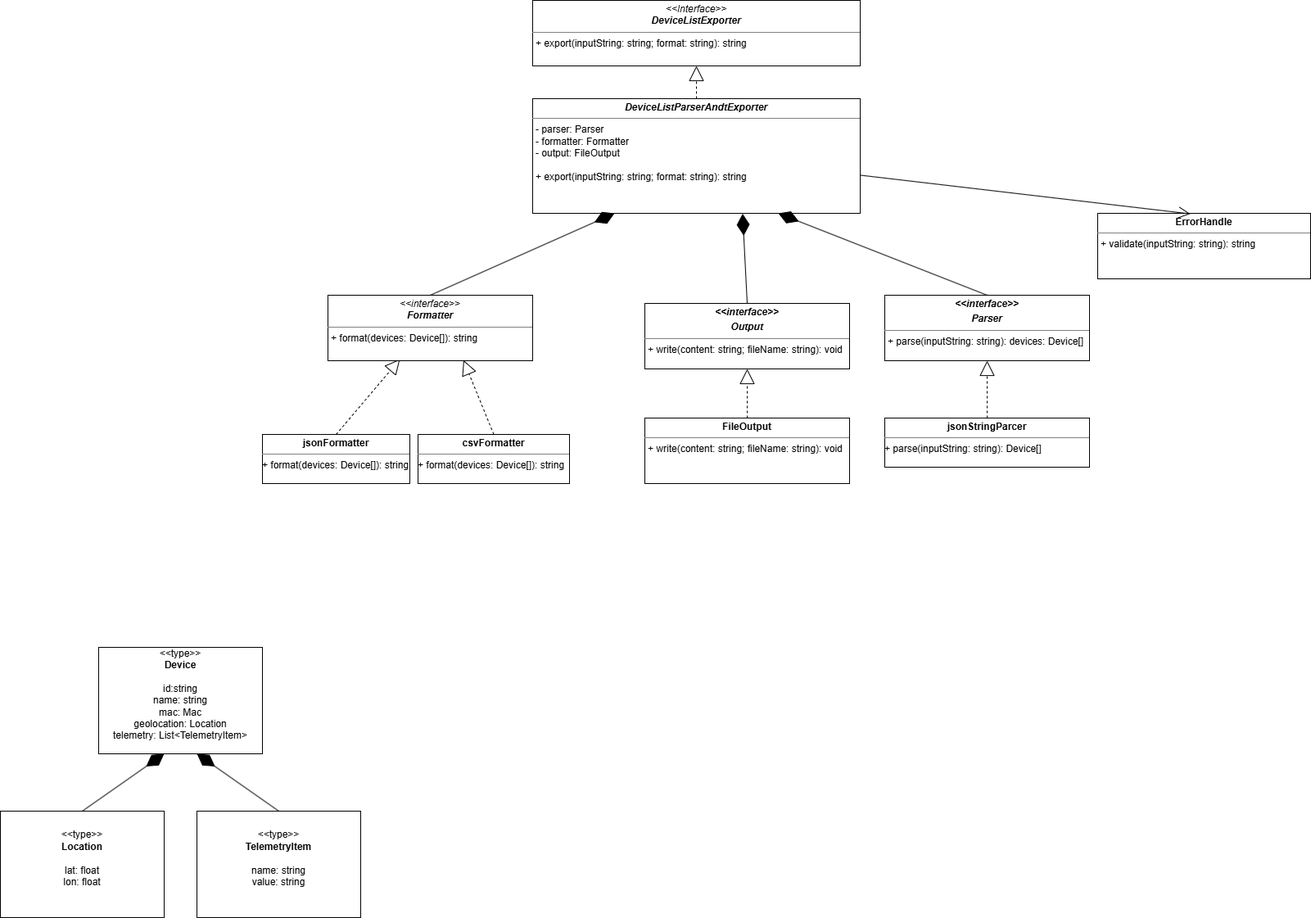
The draw.io diagram 02-oop-pillars-and-principles/02.drawio.png in alext100/refactor-exercises, before a commit. Source tidied: cells renumbered, new cells last; positions are measured from the earlier drawing's top-left corner, leaving out a move shared by most shapes. Source of this version:
```xml
<mxGraphModel>
  <root>
    <mxCell id="0" />
    <mxCell id="1" parent="0" />
    <mxCell id="2" value="&amp;lt;&amp;lt;type&amp;gt;&amp;gt;&lt;div&gt;&lt;b&gt;Device&lt;/b&gt;&lt;/div&gt;&lt;div&gt;&lt;b&gt;&lt;br&gt;&lt;/b&gt;&lt;/div&gt;&lt;div&gt;id:string&lt;/div&gt;&lt;div&gt;name: string&lt;/div&gt;&lt;div&gt;mac: Mac&lt;/div&gt;&lt;div&gt;geolocation: Location&lt;/div&gt;&lt;div&gt;telemetry: List&amp;lt;TelemetryItem&amp;gt;&lt;/div&gt;&lt;div&gt;&lt;br&gt;&lt;/div&gt;" style="html=1;whiteSpace=wrap;" parent="1" vertex="1">
      <mxGeometry x="120" y="790" width="200" height="130" as="geometry" />
    </mxCell>
    <mxCell id="3" value="&amp;lt;&amp;lt;type&amp;gt;&amp;gt;&lt;div&gt;&lt;b&gt;Location&lt;/b&gt;&lt;/div&gt;&lt;div&gt;&lt;b&gt;&lt;br&gt;&lt;/b&gt;&lt;/div&gt;&lt;div&gt;lat: float&lt;/div&gt;&lt;div&gt;lon: float&lt;/div&gt;&lt;div&gt;&lt;br&gt;&lt;/div&gt;" style="html=1;whiteSpace=wrap;" parent="1" vertex="1">
      <mxGeometry y="990" width="200" height="130" as="geometry" />
    </mxCell>
    <mxCell id="4" value="&amp;lt;&amp;lt;type&amp;gt;&amp;gt;&lt;div&gt;&lt;b&gt;TelemetryItem&lt;/b&gt;&lt;/div&gt;&lt;div&gt;&lt;b&gt;&lt;br&gt;&lt;/b&gt;&lt;/div&gt;&lt;div&gt;name: string&lt;/div&gt;&lt;div&gt;value: string&lt;/div&gt;&lt;div&gt;&lt;br&gt;&lt;/div&gt;" style="html=1;whiteSpace=wrap;" parent="1" vertex="1">
      <mxGeometry x="240" y="990" width="200" height="130" as="geometry" />
    </mxCell>
    <mxCell id="5" value="&lt;p style=&quot;margin:0px;margin-top:4px;text-align:center;&quot;&gt;&lt;b&gt;&lt;i&gt;DeviceListParserAndtExporter&lt;/i&gt;&lt;/b&gt;&lt;/p&gt;&lt;hr size=&quot;1&quot; style=&quot;border-style:solid;&quot;&gt;&lt;p style=&quot;margin:0px;margin-left:4px;&quot;&gt;&lt;/p&gt;&lt;p style=&quot;margin:0px;margin-left:4px;&quot;&gt;- parser: Parser&lt;br&gt;&lt;span style=&quot;background-color: transparent; color: light-dark(rgb(0, 0, 0), rgb(255, 255, 255));&quot;&gt;- f&lt;/span&gt;&lt;span style=&quot;background-color: transparent; color: light-dark(rgb(0, 0, 0), rgb(255, 255, 255)); text-align: center;&quot;&gt;ormatter: Formatter&lt;/span&gt;&lt;/p&gt;&lt;p style=&quot;margin:0px;margin-left:4px;&quot;&gt;&lt;span style=&quot;background-color: transparent; color: light-dark(rgb(0, 0, 0), rgb(255, 255, 255)); text-align: center;&quot;&gt;- output: FileOutput&lt;/span&gt;&lt;/p&gt;&lt;p style=&quot;margin:0px;margin-left:4px;&quot;&gt;&lt;br&gt;&lt;/p&gt;&lt;p style=&quot;margin:0px;margin-left:4px;&quot;&gt;+ export(inputString: string; format: string): string&lt;span style=&quot;background-color: transparent; color: light-dark(rgb(0, 0, 0), rgb(255, 255, 255));&quot;&gt;&lt;/span&gt;&lt;/p&gt;" style="verticalAlign=top;align=left;overflow=fill;html=1;whiteSpace=wrap;" parent="1" vertex="1">
      <mxGeometry x="650" y="120" width="400" height="140" as="geometry" />
    </mxCell>
    <mxCell id="6" style="endArrow=diamondThin;endFill=1;endSize=24;html=1;rounded=0;entryX=0.4;entryY=1;entryDx=0;entryDy=0;entryPerimeter=0;exitX=0.5;exitY=0;exitDx=0;exitDy=0;" parent="1" edge="1" source="3" target="2">
      <mxGeometry relative="1" as="geometry" />
    </mxCell>
    <mxCell id="7" style="endArrow=diamondThin;endFill=1;endSize=24;html=1;rounded=0;entryX=0.4;entryY=1;entryDx=0;entryDy=0;entryPerimeter=0;exitX=0.5;exitY=0;exitDx=0;exitDy=0;" parent="1" edge="1" source="4">
      <mxGeometry relative="1" as="geometry">
        <mxPoint x="240" y="920" as="targetPoint" />
      </mxGeometry>
    </mxCell>
    <mxCell id="8" value="&lt;p style=&quot;margin:0px;margin-top:4px;text-align:center;&quot;&gt;&lt;i&gt;&amp;lt;&amp;lt;Interface&amp;gt;&amp;gt;&lt;/i&gt;&lt;br&gt;&lt;b&gt;&lt;i&gt;DeviceListExporter&lt;/i&gt;&lt;/b&gt;&lt;/p&gt;&lt;hr size=&quot;1&quot; style=&quot;border-style:solid;&quot;&gt;&lt;p style=&quot;margin:0px;margin-left:4px;&quot;&gt;&lt;/p&gt;&lt;p style=&quot;margin:0px;margin-left:4px;&quot;&gt;+ export(inputString: string; format: string): string&lt;/p&gt;" style="verticalAlign=top;align=left;overflow=fill;html=1;whiteSpace=wrap;" parent="1" vertex="1">
      <mxGeometry x="650" width="400" height="80" as="geometry" />
    </mxCell>
    <mxCell id="9" style="endArrow=block;endSize=16;endFill=0;html=1;rounded=0;entryX=0.5;entryY=1;entryDx=0;entryDy=0;exitX=0.5;exitY=0;exitDx=0;exitDy=0;dashed=1;" parent="1" edge="1" source="5" target="8">
      <mxGeometry relative="1" as="geometry" />
    </mxCell>
    <mxCell id="10" value="&lt;p style=&quot;margin:0px;margin-top:4px;text-align:center;&quot;&gt;&lt;b&gt;jsonFormatter&lt;/b&gt;&lt;/p&gt;&lt;hr size=&quot;1&quot; style=&quot;border-style:solid;&quot;&gt;&lt;div style=&quot;height:2px;&quot;&gt;+ format(devices: Device[]): string&lt;/div&gt;" style="verticalAlign=top;align=left;overflow=fill;html=1;whiteSpace=wrap;" parent="1" vertex="1">
      <mxGeometry x="320" y="530" width="180" height="60" as="geometry" />
    </mxCell>
    <mxCell id="11" value="&lt;p style=&quot;margin:0px;margin-top:4px;text-align:center;&quot;&gt;&lt;b&gt;csvFormatter&lt;/b&gt;&lt;/p&gt;&lt;hr size=&quot;1&quot; style=&quot;border-style:solid;&quot;&gt;&lt;div style=&quot;height:2px;&quot;&gt;+ format(devices: Device[]): string&lt;/div&gt;" style="verticalAlign=top;align=left;overflow=fill;html=1;whiteSpace=wrap;" parent="1" vertex="1">
      <mxGeometry x="510" y="530" width="185" height="60" as="geometry" />
    </mxCell>
    <mxCell id="12" style="endArrow=block;endSize=16;endFill=0;html=1;rounded=0;exitX=0.5;exitY=0;exitDx=0;exitDy=0;dashed=1;entryX=0.352;entryY=0.976;entryDx=0;entryDy=0;entryPerimeter=0;" parent="1" edge="1" source="10" target="25">
      <mxGeometry relative="1" as="geometry" />
    </mxCell>
    <mxCell id="13" style="endArrow=block;endSize=16;endFill=0;html=1;rounded=0;entryX=0.662;entryY=0.99;entryDx=0;entryDy=0;exitX=0.5;exitY=0;exitDx=0;exitDy=0;dashed=1;entryPerimeter=0;" parent="1" edge="1" source="11" target="25">
      <mxGeometry relative="1" as="geometry" />
    </mxCell>
    <mxCell id="14" style="endArrow=diamondThin;endFill=1;endSize=24;html=1;rounded=0;exitX=0.5;exitY=0;exitDx=0;exitDy=0;entryX=0.25;entryY=1;entryDx=0;entryDy=0;" parent="1" edge="1" source="25" target="5">
      <mxGeometry relative="1" as="geometry" />
    </mxCell>
    <mxCell id="15" value="&lt;p style=&quot;margin:0px;margin-top:4px;text-align:center;&quot;&gt;&lt;b&gt;&lt;i&gt;&amp;lt;&amp;lt;interface&amp;gt;&amp;gt;&lt;/i&gt;&lt;/b&gt;&lt;/p&gt;&lt;p style=&quot;margin:0px;margin-top:4px;text-align:center;&quot;&gt;&lt;b&gt;&lt;i&gt;Parser&lt;/i&gt;&lt;/b&gt;&lt;/p&gt;&lt;hr size=&quot;1&quot; style=&quot;border-style:solid;&quot;&gt;&lt;p style=&quot;margin:0px;margin-left:4px;&quot;&gt;&lt;/p&gt;&lt;p style=&quot;margin:0px;margin-left:4px;&quot;&gt;+&amp;nbsp;&lt;span style=&quot;color: light-dark(rgb(0, 0, 0), rgb(255, 255, 255)); background-color: transparent;&quot;&gt;parse(inputString: string):&amp;nbsp;&lt;/span&gt;&lt;span style=&quot;color: light-dark(rgb(0, 0, 0), rgb(255, 255, 255)); background-color: transparent;&quot;&gt;devices: Device[]&lt;/span&gt;&lt;/p&gt;" style="verticalAlign=top;align=left;overflow=fill;html=1;whiteSpace=wrap;" parent="1" vertex="1">
      <mxGeometry x="1080" y="360" width="250" height="80" as="geometry" />
    </mxCell>
    <mxCell id="16" value="&lt;p style=&quot;margin:0px;margin-top:4px;text-align:center;&quot;&gt;&lt;b&gt;ErrorHandle&lt;/b&gt;&lt;/p&gt;&lt;hr size=&quot;1&quot; style=&quot;border-style:solid;&quot;&gt;&lt;p style=&quot;margin:0px;margin-left:4px;&quot;&gt;&lt;/p&gt;&lt;p style=&quot;margin:0px;margin-left:4px;&quot;&gt;+&amp;nbsp;&lt;span style=&quot;background-color: transparent; color: light-dark(rgb(0, 0, 0), rgb(255, 255, 255));&quot;&gt;validate(inputString: string): string&lt;/span&gt;&lt;/p&gt;" style="verticalAlign=top;align=left;overflow=fill;html=1;whiteSpace=wrap;" parent="1" vertex="1">
      <mxGeometry x="1340" y="260" width="260" height="80" as="geometry" />
    </mxCell>
    <mxCell id="17" style="endArrow=diamondThin;endFill=1;endSize=24;html=1;rounded=0;exitX=0.5;exitY=0;exitDx=0;exitDy=0;entryX=0.75;entryY=1;entryDx=0;entryDy=0;" parent="1" edge="1" source="15" target="5">
      <mxGeometry relative="1" as="geometry" />
    </mxCell>
    <mxCell id="18" value="&lt;p style=&quot;margin:0px;margin-top:4px;text-align:center;&quot;&gt;&lt;b&gt;jsonStringParcer&lt;/b&gt;&lt;/p&gt;&lt;hr size=&quot;1&quot; style=&quot;border-style:solid;&quot;&gt;&lt;div style=&quot;height:2px;&quot;&gt;+&amp;nbsp;&lt;span style=&quot;color: light-dark(rgb(0, 0, 0), rgb(255, 255, 255)); background-color: transparent;&quot;&gt;parse(inputString: string):&amp;nbsp;&lt;/span&gt;&lt;span style=&quot;color: light-dark(rgb(0, 0, 0), rgb(255, 255, 255)); background-color: transparent;&quot;&gt;Device[]&lt;/span&gt;&lt;/div&gt;" style="verticalAlign=top;align=left;overflow=fill;html=1;whiteSpace=wrap;" parent="1" vertex="1">
      <mxGeometry x="1080" y="510" width="250" height="60" as="geometry" />
    </mxCell>
    <mxCell id="19" style="endArrow=block;endSize=16;endFill=0;html=1;rounded=0;entryX=0.5;entryY=1;entryDx=0;entryDy=0;dashed=1;exitX=0.5;exitY=0;exitDx=0;exitDy=0;" parent="1" edge="1" source="18" target="15">
      <mxGeometry relative="1" as="geometry" />
    </mxCell>
    <mxCell id="20" style="endArrow=open;endFill=1;endSize=12;html=1;rounded=0;entryX=0.435;entryY=0.008;entryDx=0;entryDy=0;entryPerimeter=0;" parent="1" edge="1" source="5" target="16">
      <mxGeometry relative="1" as="geometry" />
    </mxCell>
    <mxCell id="21" style="endArrow=diamondThin;endFill=1;endSize=24;html=1;rounded=0;entryX=0.641;entryY=1.003;entryDx=0;entryDy=0;exitX=0.5;exitY=0;exitDx=0;exitDy=0;entryPerimeter=0;" parent="1" edge="1" source="22" target="5">
      <mxGeometry relative="1" as="geometry" />
    </mxCell>
    <mxCell id="22" value="&lt;p style=&quot;margin:0px;margin-top:4px;text-align:center;&quot;&gt;&lt;b&gt;&lt;i&gt;&amp;lt;&amp;lt;interface&amp;gt;&amp;gt;&lt;/i&gt;&lt;/b&gt;&lt;/p&gt;&lt;p style=&quot;margin:0px;margin-top:4px;text-align:center;&quot;&gt;&lt;b&gt;&lt;i&gt;Output&lt;/i&gt;&lt;/b&gt;&lt;/p&gt;&lt;hr size=&quot;1&quot; style=&quot;border-style:solid;&quot;&gt;&lt;p style=&quot;margin:0px;margin-left:4px;&quot;&gt;&lt;/p&gt;&lt;p style=&quot;margin:0px;margin-left:4px;&quot;&gt;+ write(content: string; fileName: string): void&lt;/p&gt;" style="verticalAlign=top;align=left;overflow=fill;html=1;whiteSpace=wrap;" parent="1" vertex="1">
      <mxGeometry x="787" y="370" width="250" height="80" as="geometry" />
    </mxCell>
    <mxCell id="23" value="&lt;p style=&quot;margin:0px;margin-top:4px;text-align:center;&quot;&gt;&lt;b style=&quot;background-color: transparent; color: light-dark(rgb(0, 0, 0), rgb(255, 255, 255));&quot;&gt;FileOutput&lt;/b&gt;&lt;/p&gt;&lt;hr size=&quot;1&quot; style=&quot;border-style:solid;&quot;&gt;&lt;p style=&quot;margin:0px;margin-left:4px;&quot;&gt;&lt;/p&gt;&lt;p style=&quot;margin:0px;margin-left:4px;&quot;&gt;+ write(content: string; fileName: string): void&lt;/p&gt;" style="verticalAlign=top;align=left;overflow=fill;html=1;whiteSpace=wrap;" parent="1" vertex="1">
      <mxGeometry x="787" y="510" width="250" height="80" as="geometry" />
    </mxCell>
    <mxCell id="24" style="endArrow=block;endSize=16;endFill=0;html=1;rounded=0;entryX=0.5;entryY=1;entryDx=0;entryDy=0;dashed=1;exitX=0.5;exitY=0;exitDx=0;exitDy=0;" parent="1" edge="1" source="23" target="22">
      <mxGeometry relative="1" as="geometry" />
    </mxCell>
    <mxCell id="25" value="&lt;p style=&quot;margin:0px;margin-top:4px;text-align:center;&quot;&gt;&lt;i&gt;&amp;lt;&amp;lt;interface&amp;gt;&amp;gt;&lt;/i&gt;&lt;/p&gt;&lt;div style=&quot;text-align: center;&quot;&gt;&lt;i&gt;&lt;b&gt;Formatter&lt;/b&gt;&lt;/i&gt;&lt;/div&gt;&lt;hr size=&quot;1&quot; style=&quot;border-style:solid;&quot;&gt;&lt;p style=&quot;margin:0px;margin-left:4px;&quot;&gt;&lt;/p&gt;&lt;p style=&quot;margin:0px;margin-left:4px;&quot;&gt;+ format(devices: Device[]): string&lt;/p&gt;" style="verticalAlign=top;align=left;overflow=fill;html=1;whiteSpace=wrap;" parent="1" vertex="1">
      <mxGeometry x="400" y="360" width="250" height="80" as="geometry" />
    </mxCell>
  </root>
</mxGraphModel>
```
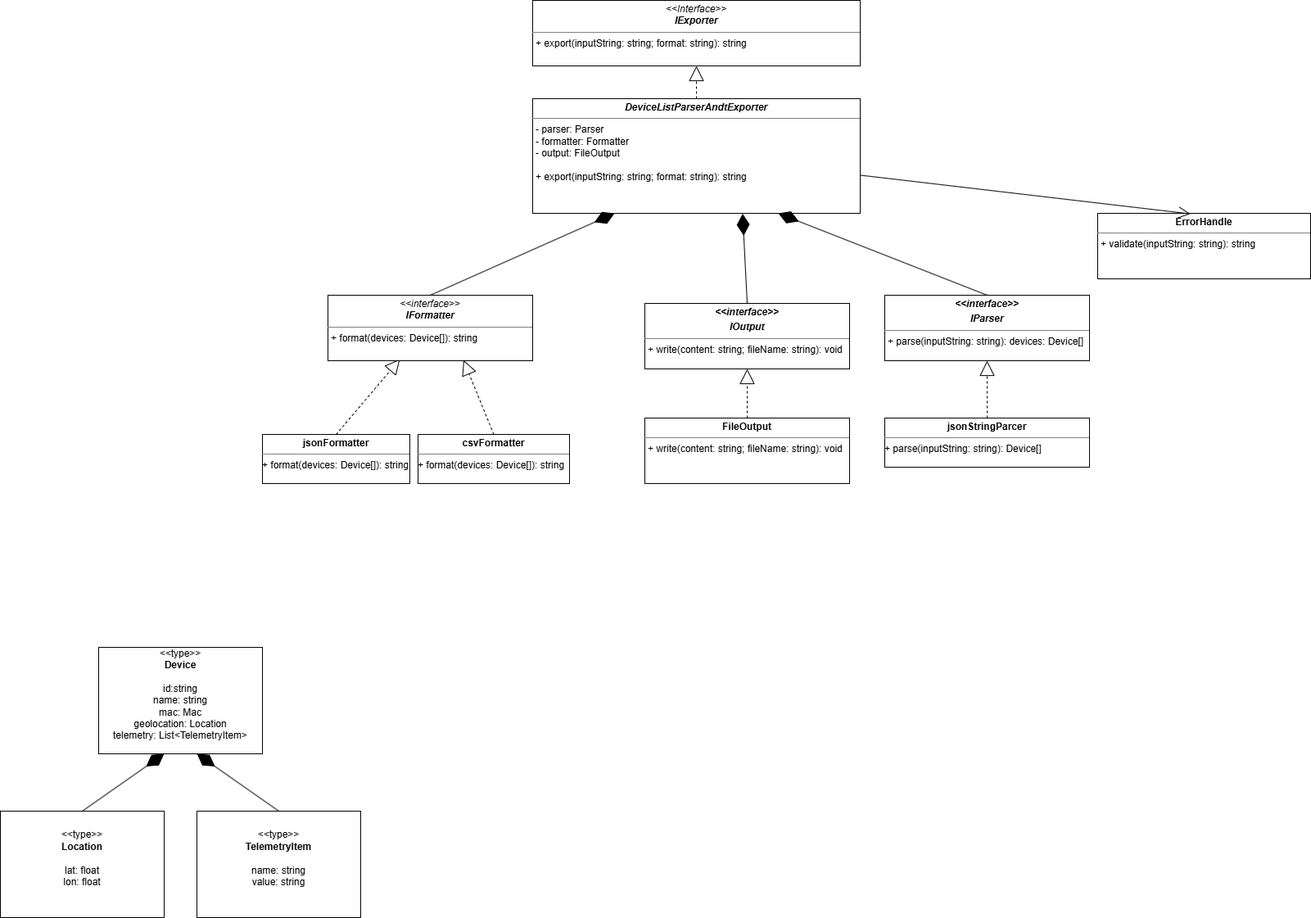
Above is the later version.

Change to the diagram source:
```diff
@@ -22,7 +22,7 @@
         <mxPoint x="240" y="920" as="targetPoint" />
       </mxGeometry>
     </mxCell>
-    <mxCell id="8" value="&lt;p style=&quot;margin:0px;margin-top:4px;text-align:center;&quot;&gt;&lt;i&gt;&amp;lt;&amp;lt;Interface&amp;gt;&amp;gt;&lt;/i&gt;&lt;br&gt;&lt;b&gt;&lt;i&gt;DeviceListExporter&lt;/i&gt;&lt;/b&gt;&lt;/p&gt;&lt;hr size=&quot;1&quot; style=&quot;border-style:solid;&quot;&gt;&lt;p style=&quot;margin:0px;margin-left:4px;&quot;&gt;&lt;/p&gt;&lt;p style=&quot;margin:0px;margin-left:4px;&quot;&gt;+ export(inputString: string; format: string): string&lt;/p&gt;" style="verticalAlign=top;align=left;overflow=fill;html=1;whiteSpace=wrap;" parent="1" vertex="1">
+    <mxCell id="8" value="&lt;p style=&quot;margin:0px;margin-top:4px;text-align:center;&quot;&gt;&lt;i&gt;&amp;lt;&amp;lt;Interface&amp;gt;&amp;gt;&lt;/i&gt;&lt;br&gt;&lt;b&gt;&lt;i&gt;IExporter&lt;/i&gt;&lt;/b&gt;&lt;/p&gt;&lt;hr size=&quot;1&quot; style=&quot;border-style:solid;&quot;&gt;&lt;p style=&quot;margin:0px;margin-left:4px;&quot;&gt;&lt;/p&gt;&lt;p style=&quot;margin:0px;margin-left:4px;&quot;&gt;+ export(inputString: string; format: string): string&lt;/p&gt;" style="verticalAlign=top;align=left;overflow=fill;html=1;whiteSpace=wrap;" parent="1" vertex="1">
       <mxGeometry x="650" width="400" height="80" as="geometry" />
     </mxCell>
     <mxCell id="9" style="endArrow=block;endSize=16;endFill=0;html=1;rounded=0;entryX=0.5;entryY=1;entryDx=0;entryDy=0;exitX=0.5;exitY=0;exitDx=0;exitDy=0;dashed=1;" parent="1" edge="1" source="5" target="8">
@@ -43,7 +43,7 @@
     <mxCell id="14" style="endArrow=diamondThin;endFill=1;endSize=24;html=1;rounded=0;exitX=0.5;exitY=0;exitDx=0;exitDy=0;entryX=0.25;entryY=1;entryDx=0;entryDy=0;" parent="1" edge="1" source="25" target="5">
       <mxGeometry relative="1" as="geometry" />
     </mxCell>
-    <mxCell id="15" value="&lt;p style=&quot;margin:0px;margin-top:4px;text-align:center;&quot;&gt;&lt;b&gt;&lt;i&gt;&amp;lt;&amp;lt;interface&amp;gt;&amp;gt;&lt;/i&gt;&lt;/b&gt;&lt;/p&gt;&lt;p style=&quot;margin:0px;margin-top:4px;text-align:center;&quot;&gt;&lt;b&gt;&lt;i&gt;Parser&lt;/i&gt;&lt;/b&gt;&lt;/p&gt;&lt;hr size=&quot;1&quot; style=&quot;border-style:solid;&quot;&gt;&lt;p style=&quot;margin:0px;margin-left:4px;&quot;&gt;&lt;/p&gt;&lt;p style=&quot;margin:0px;margin-left:4px;&quot;&gt;+&amp;nbsp;&lt;span style=&quot;color: light-dark(rgb(0, 0, 0), rgb(255, 255, 255)); background-color: transparent;&quot;&gt;parse(inputString: string):&amp;nbsp;&lt;/span&gt;&lt;span style=&quot;color: light-dark(rgb(0, 0, 0), rgb(255, 255, 255)); background-color: transparent;&quot;&gt;devices: Device[]&lt;/span&gt;&lt;/p&gt;" style="verticalAlign=top;align=left;overflow=fill;html=1;whiteSpace=wrap;" parent="1" vertex="1">
+    <mxCell id="15" value="&lt;p style=&quot;margin:0px;margin-top:4px;text-align:center;&quot;&gt;&lt;b&gt;&lt;i&gt;&amp;lt;&amp;lt;interface&amp;gt;&amp;gt;&lt;/i&gt;&lt;/b&gt;&lt;/p&gt;&lt;p style=&quot;margin:0px;margin-top:4px;text-align:center;&quot;&gt;&lt;b&gt;&lt;i&gt;IParser&lt;/i&gt;&lt;/b&gt;&lt;/p&gt;&lt;hr size=&quot;1&quot; style=&quot;border-style:solid;&quot;&gt;&lt;p style=&quot;margin:0px;margin-left:4px;&quot;&gt;&lt;/p&gt;&lt;p style=&quot;margin:0px;margin-left:4px;&quot;&gt;+&amp;nbsp;&lt;span style=&quot;color: light-dark(rgb(0, 0, 0), rgb(255, 255, 255)); background-color: transparent;&quot;&gt;parse(inputString: string):&amp;nbsp;&lt;/span&gt;&lt;span style=&quot;color: light-dark(rgb(0, 0, 0), rgb(255, 255, 255)); background-color: transparent;&quot;&gt;devices: Device[]&lt;/span&gt;&lt;/p&gt;" style="verticalAlign=top;align=left;overflow=fill;html=1;whiteSpace=wrap;" parent="1" vertex="1">
       <mxGeometry x="1080" y="360" width="250" height="80" as="geometry" />
     </mxCell>
     <mxCell id="16" value="&lt;p style=&quot;margin:0px;margin-top:4px;text-align:center;&quot;&gt;&lt;b&gt;ErrorHandle&lt;/b&gt;&lt;/p&gt;&lt;hr size=&quot;1&quot; style=&quot;border-style:solid;&quot;&gt;&lt;p style=&quot;margin:0px;margin-left:4px;&quot;&gt;&lt;/p&gt;&lt;p style=&quot;margin:0px;margin-left:4px;&quot;&gt;+&amp;nbsp;&lt;span style=&quot;background-color: transparent; color: light-dark(rgb(0, 0, 0), rgb(255, 255, 255));&quot;&gt;validate(inputString: string): string&lt;/span&gt;&lt;/p&gt;" style="verticalAlign=top;align=left;overflow=fill;html=1;whiteSpace=wrap;" parent="1" vertex="1">
@@ -64,7 +64,7 @@
     <mxCell id="21" style="endArrow=diamondThin;endFill=1;endSize=24;html=1;rounded=0;entryX=0.641;entryY=1.003;entryDx=0;entryDy=0;exitX=0.5;exitY=0;exitDx=0;exitDy=0;entryPerimeter=0;" parent="1" edge="1" source="22" target="5">
       <mxGeometry relative="1" as="geometry" />
     </mxCell>
-    <mxCell id="22" value="&lt;p style=&quot;margin:0px;margin-top:4px;text-align:center;&quot;&gt;&lt;b&gt;&lt;i&gt;&amp;lt;&amp;lt;interface&amp;gt;&amp;gt;&lt;/i&gt;&lt;/b&gt;&lt;/p&gt;&lt;p style=&quot;margin:0px;margin-top:4px;text-align:center;&quot;&gt;&lt;b&gt;&lt;i&gt;Output&lt;/i&gt;&lt;/b&gt;&lt;/p&gt;&lt;hr size=&quot;1&quot; style=&quot;border-style:solid;&quot;&gt;&lt;p style=&quot;margin:0px;margin-left:4px;&quot;&gt;&lt;/p&gt;&lt;p style=&quot;margin:0px;margin-left:4px;&quot;&gt;+ write(content: string; fileName: string): void&lt;/p&gt;" style="verticalAlign=top;align=left;overflow=fill;html=1;whiteSpace=wrap;" parent="1" vertex="1">
+    <mxCell id="22" value="&lt;p style=&quot;margin:0px;margin-top:4px;text-align:center;&quot;&gt;&lt;b&gt;&lt;i&gt;&amp;lt;&amp;lt;interface&amp;gt;&amp;gt;&lt;/i&gt;&lt;/b&gt;&lt;/p&gt;&lt;p style=&quot;margin:0px;margin-top:4px;text-align:center;&quot;&gt;&lt;b&gt;&lt;i&gt;IOutput&lt;/i&gt;&lt;/b&gt;&lt;/p&gt;&lt;hr size=&quot;1&quot; style=&quot;border-style:solid;&quot;&gt;&lt;p style=&quot;margin:0px;margin-left:4px;&quot;&gt;&lt;/p&gt;&lt;p style=&quot;margin:0px;margin-left:4px;&quot;&gt;+ write(content: string; fileName: string): void&lt;/p&gt;" style="verticalAlign=top;align=left;overflow=fill;html=1;whiteSpace=wrap;" parent="1" vertex="1">
       <mxGeometry x="787" y="370" width="250" height="80" as="geometry" />
     </mxCell>
     <mxCell id="23" value="&lt;p style=&quot;margin:0px;margin-top:4px;text-align:center;&quot;&gt;&lt;b style=&quot;background-color: transparent; color: light-dark(rgb(0, 0, 0), rgb(255, 255, 255));&quot;&gt;FileOutput&lt;/b&gt;&lt;/p&gt;&lt;hr size=&quot;1&quot; style=&quot;border-style:solid;&quot;&gt;&lt;p style=&quot;margin:0px;margin-left:4px;&quot;&gt;&lt;/p&gt;&lt;p style=&quot;margin:0px;margin-left:4px;&quot;&gt;+ write(content: string; fileName: string): void&lt;/p&gt;" style="verticalAlign=top;align=left;overflow=fill;html=1;whiteSpace=wrap;" parent="1" vertex="1">
@@ -73,7 +73,7 @@
     <mxCell id="24" style="endArrow=block;endSize=16;endFill=0;html=1;rounded=0;entryX=0.5;entryY=1;entryDx=0;entryDy=0;dashed=1;exitX=0.5;exitY=0;exitDx=0;exitDy=0;" parent="1" edge="1" source="23" target="22">
       <mxGeometry relative="1" as="geometry" />
     </mxCell>
-    <mxCell id="25" value="&lt;p style=&quot;margin:0px;margin-top:4px;text-align:center;&quot;&gt;&lt;i&gt;&amp;lt;&amp;lt;interface&amp;gt;&amp;gt;&lt;/i&gt;&lt;/p&gt;&lt;div style=&quot;text-align: center;&quot;&gt;&lt;i&gt;&lt;b&gt;Formatter&lt;/b&gt;&lt;/i&gt;&lt;/div&gt;&lt;hr size=&quot;1&quot; style=&quot;border-style:solid;&quot;&gt;&lt;p style=&quot;margin:0px;margin-left:4px;&quot;&gt;&lt;/p&gt;&lt;p style=&quot;margin:0px;margin-left:4px;&quot;&gt;+ format(devices: Device[]): string&lt;/p&gt;" style="verticalAlign=top;align=left;overflow=fill;html=1;whiteSpace=wrap;" parent="1" vertex="1">
+    <mxCell id="25" value="&lt;p style=&quot;margin:0px;margin-top:4px;text-align:center;&quot;&gt;&lt;i&gt;&amp;lt;&amp;lt;interface&amp;gt;&amp;gt;&lt;/i&gt;&lt;/p&gt;&lt;div style=&quot;text-align: center;&quot;&gt;&lt;i&gt;&lt;b&gt;IFormatter&lt;/b&gt;&lt;/i&gt;&lt;/div&gt;&lt;hr size=&quot;1&quot; style=&quot;border-style:solid;&quot;&gt;&lt;p style=&quot;margin:0px;margin-left:4px;&quot;&gt;&lt;/p&gt;&lt;p style=&quot;margin:0px;margin-left:4px;&quot;&gt;+ format(devices: Device[]): string&lt;/p&gt;" style="verticalAlign=top;align=left;overflow=fill;html=1;whiteSpace=wrap;" parent="1" vertex="1">
       <mxGeometry x="400" y="360" width="250" height="80" as="geometry" />
     </mxCell>
   </root>
```
